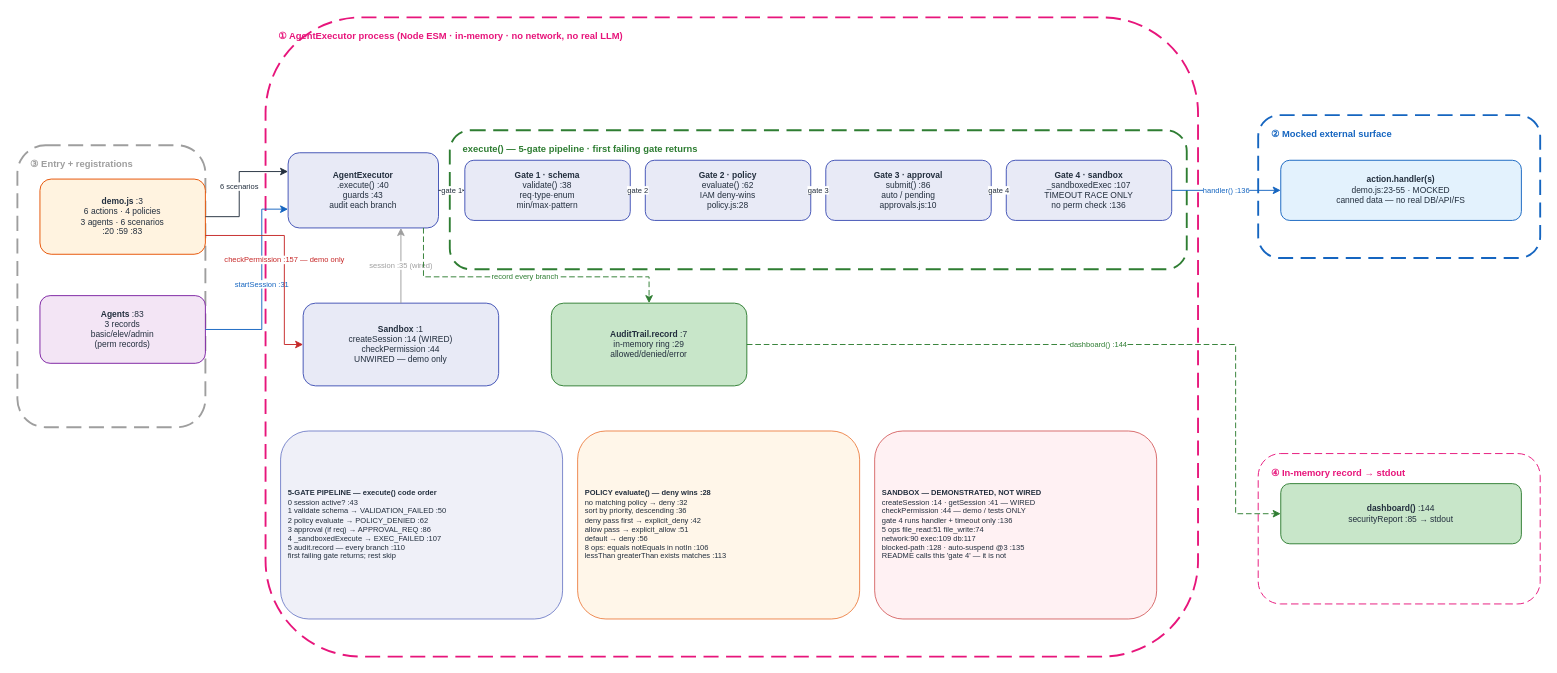
Earlier version of the draw.io diagram docs/diagrams/agent_executor_v1/HOA_AgentExecutor_v1.drawio (gmaheshraju/Hands-on-AgenticAI). Source tidied: cells renumbered, new cells numbered last; positions are measured from the earlier drawing's top-left corner, leaving out a move shared by most shapes. Both pictures are drawn from the tidied source at 94%, with x=0, y=0 at pixel (17, 17).
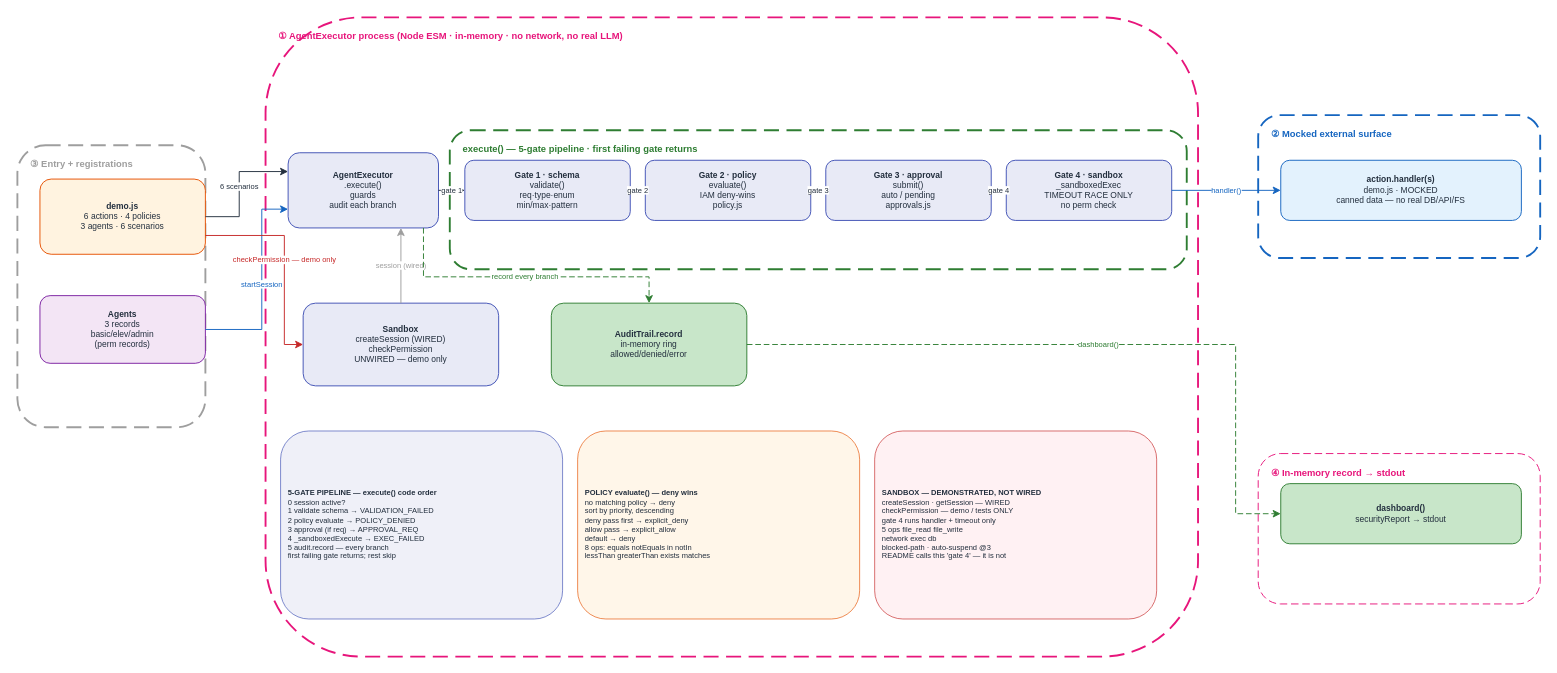
The same page after the edit.

Change to the diagram source:
```diff
@@
-    <mxCell id="12" value="&lt;b&gt;demo.js&lt;/b&gt; :3&lt;br&gt;6 actions · 4 policies&lt;br&gt;3 agents · 6 scenarios&lt;br&gt;:20 :59 :83" style="rounded=1;fillColor=#FFF3E0;strokeColor=#E65100;fontSize=9;fontColor=#232F3E;html=1;whiteSpace=wrap;align=center;" parent="1" vertex="1">
+    <mxCell id="12" value="&lt;b&gt;demo.js&lt;/b&gt;&lt;br&gt;6 actions · 4 policies&lt;br&gt;3 agents · 6 scenarios&lt;br&gt;" style="rounded=1;fillColor=#FFF3E0;strokeColor=#E65100;fontSize=9;fontColor=#232F3E;html=1;whiteSpace=wrap;align=center;" parent="1" vertex="1">
       <mxGeometry x="24" y="172" width="176" height="80" as="geometry" />
     </mxCell>
-    <mxCell id="13" value="&lt;b&gt;Agents&lt;/b&gt; :83&lt;br&gt;3 records&lt;br&gt;basic/elev/admin&lt;br&gt;(perm records)" style="rounded=1;fillColor=#F3E5F5;strokeColor=#7B1FA2;fontSize=9;fontColor=#232F3E;html=1;whiteSpace=wrap;align=center;" parent="1" vertex="1">
+    <mxCell id="13" value="&lt;b&gt;Agents&lt;/b&gt;&lt;br&gt;3 records&lt;br&gt;basic/elev/admin&lt;br&gt;(perm records)" style="rounded=1;fillColor=#F3E5F5;strokeColor=#7B1FA2;fontSize=9;fontColor=#232F3E;html=1;whiteSpace=wrap;align=center;" parent="1" vertex="1">
       <mxGeometry x="24" y="296" width="176" height="72" as="geometry" />
     </mxCell>
-    <mxCell id="14" value="&lt;b&gt;AgentExecutor&lt;/b&gt;&lt;br&gt;.execute() :40&lt;br&gt;guards :43&lt;br&gt;audit each branch" style="rounded=1;fillColor=#E8EAF6;strokeColor=#3F51B5;fontSize=9;fontColor=#232F3E;html=1;whiteSpace=wrap;align=center;" parent="1" vertex="1">
+    <mxCell id="14" value="&lt;b&gt;AgentExecutor&lt;/b&gt;&lt;br&gt;.execute()&lt;br&gt;guards&lt;br&gt;audit each branch" style="rounded=1;fillColor=#E8EAF6;strokeColor=#3F51B5;fontSize=9;fontColor=#232F3E;html=1;whiteSpace=wrap;align=center;" parent="1" vertex="1">
       <mxGeometry x="288" y="144" width="160" height="80" as="geometry" />
     </mxCell>
-    <mxCell id="15" value="&lt;b&gt;Gate 1 · schema&lt;/b&gt;&lt;br&gt;validate() :38&lt;br&gt;req·type·enum&lt;br&gt;min/max·pattern" style="rounded=1;fillColor=#E8EAF6;strokeColor=#3F51B5;fontSize=9;fontColor=#232F3E;html=1;whiteSpace=wrap;align=center;" parent="1" vertex="1">
+    <mxCell id="15" value="&lt;b&gt;Gate 1 · schema&lt;/b&gt;&lt;br&gt;validate()&lt;br&gt;req·type·enum&lt;br&gt;min/max·pattern" style="rounded=1;fillColor=#E8EAF6;strokeColor=#3F51B5;fontSize=9;fontColor=#232F3E;html=1;whiteSpace=wrap;align=center;" parent="1" vertex="1">
       <mxGeometry x="476" y="152" width="176" height="64" as="geometry" />
     </mxCell>
-    <mxCell id="16" value="&lt;b&gt;Gate 2 · policy&lt;/b&gt;&lt;br&gt;evaluate() :62&lt;br&gt;IAM deny-wins&lt;br&gt;policy.js:28" style="rounded=1;fillColor=#E8EAF6;strokeColor=#3F51B5;fontSize=9;fontColor=#232F3E;html=1;whiteSpace=wrap;align=center;" parent="1" vertex="1">
+    <mxCell id="16" value="&lt;b&gt;Gate 2 · policy&lt;/b&gt;&lt;br&gt;evaluate()&lt;br&gt;IAM deny-wins&lt;br&gt;policy.js" style="rounded=1;fillColor=#E8EAF6;strokeColor=#3F51B5;fontSize=9;fontColor=#232F3E;html=1;whiteSpace=wrap;align=center;" parent="1" vertex="1">
       <mxGeometry x="668" y="152" width="176" height="64" as="geometry" />
     </mxCell>
-    <mxCell id="17" value="&lt;b&gt;Gate 3 · approval&lt;/b&gt;&lt;br&gt;submit() :86&lt;br&gt;auto / pending&lt;br&gt;approvals.js:10" style="rounded=1;fillColor=#E8EAF6;strokeColor=#3F51B5;fontSize=9;fontColor=#232F3E;html=1;whiteSpace=wrap;align=center;" parent="1" vertex="1">
+    <mxCell id="17" value="&lt;b&gt;Gate 3 · approval&lt;/b&gt;&lt;br&gt;submit()&lt;br&gt;auto / pending&lt;br&gt;approvals.js" style="rounded=1;fillColor=#E8EAF6;strokeColor=#3F51B5;fontSize=9;fontColor=#232F3E;html=1;whiteSpace=wrap;align=center;" parent="1" vertex="1">
       <mxGeometry x="860" y="152" width="176" height="64" as="geometry" />
     </mxCell>
-    <mxCell id="18" value="&lt;b&gt;Gate 4 · sandbox&lt;/b&gt;&lt;br&gt;_sandboxedExec :107&lt;br&gt;TIMEOUT RACE ONLY&lt;br&gt;no perm check :136" style="rounded=1;fillColor=#E8EAF6;strokeColor=#3F51B5;fontSize=9;fontColor=#232F3E;html=1;whiteSpace=wrap;align=center;" parent="1" vertex="1">
+    <mxCell id="18" value="&lt;b&gt;Gate 4 · sandbox&lt;/b&gt;&lt;br&gt;_sandboxedExec&lt;br&gt;TIMEOUT RACE ONLY&lt;br&gt;no perm check" style="rounded=1;fillColor=#E8EAF6;strokeColor=#3F51B5;fontSize=9;fontColor=#232F3E;html=1;whiteSpace=wrap;align=center;" parent="1" vertex="1">
       <mxGeometry x="1052" y="152" width="176" height="64" as="geometry" />
     </mxCell>
-    <mxCell id="19" value="&lt;b&gt;action.handler(s)&lt;/b&gt;&lt;br&gt;demo.js:23-55 · MOCKED&lt;br&gt;canned data — no real DB/API/FS" style="rounded=1;fillColor=#E3F2FD;strokeColor=#1565C0;fontSize=9;fontColor=#232F3E;html=1;whiteSpace=wrap;align=center;" parent="1" vertex="1">
+    <mxCell id="19" value="&lt;b&gt;action.handler(s)&lt;/b&gt;&lt;br&gt;demo.js · MOCKED&lt;br&gt;canned data — no real DB/API/FS" style="rounded=1;fillColor=#E3F2FD;strokeColor=#1565C0;fontSize=9;fontColor=#232F3E;html=1;whiteSpace=wrap;align=center;" parent="1" vertex="1">
       <mxGeometry x="1344" y="152" width="256" height="64" as="geometry" />
     </mxCell>
-    <mxCell id="20" value="&lt;b&gt;Sandbox&lt;/b&gt; :1&lt;br&gt;createSession :14 (WIRED)&lt;br&gt;checkPermission :44&lt;br&gt;UNWIRED — demo only" style="rounded=1;fillColor=#E8EAF6;strokeColor=#3F51B5;fontSize=9;fontColor=#232F3E;html=1;whiteSpace=wrap;align=center;" parent="1" vertex="1">
+    <mxCell id="20" value="&lt;b&gt;Sandbox&lt;/b&gt;&lt;br&gt;createSession (WIRED)&lt;br&gt;checkPermission&lt;br&gt;UNWIRED — demo only" style="rounded=1;fillColor=#E8EAF6;strokeColor=#3F51B5;fontSize=9;fontColor=#232F3E;html=1;whiteSpace=wrap;align=center;" parent="1" vertex="1">
       <mxGeometry x="304" y="304" width="208" height="88" as="geometry" />
     </mxCell>
-    <mxCell id="21" value="&lt;b&gt;AuditTrail.record&lt;/b&gt; :7&lt;br&gt;in-memory ring :29&lt;br&gt;allowed/denied/error" style="rounded=1;fillColor=#C8E6C9;strokeColor=#2E7D32;fontSize=9;fontColor=#232F3E;html=1;whiteSpace=wrap;align=center;" parent="1" vertex="1">
+    <mxCell id="21" value="&lt;b&gt;AuditTrail.record&lt;/b&gt;&lt;br&gt;in-memory ring&lt;br&gt;allowed/denied/error" style="rounded=1;fillColor=#C8E6C9;strokeColor=#2E7D32;fontSize=9;fontColor=#232F3E;html=1;whiteSpace=wrap;align=center;" parent="1" vertex="1">
       <mxGeometry x="568" y="304" width="208" height="88" as="geometry" />
     </mxCell>
-    <mxCell id="22" value="&lt;b&gt;dashboard()&lt;/b&gt; :144&lt;br&gt;securityReport :85 → stdout" style="rounded=1;fillColor=#C8E6C9;strokeColor=#2E7D32;fontSize=9;fontColor=#232F3E;html=1;whiteSpace=wrap;align=center;" parent="1" vertex="1">
+    <mxCell id="22" value="&lt;b&gt;dashboard()&lt;/b&gt;&lt;br&gt;securityReport → stdout" style="rounded=1;fillColor=#C8E6C9;strokeColor=#2E7D32;fontSize=9;fontColor=#232F3E;html=1;whiteSpace=wrap;align=center;" parent="1" vertex="1">
       <mxGeometry x="1344" y="496" width="256" height="64" as="geometry" />
     </mxCell>
-    <mxCell id="23" value="&lt;b&gt;5-GATE PIPELINE — execute() code order&lt;/b&gt;&lt;br&gt;0 session active? :43&lt;br&gt;1 validate schema → VALIDATION_FAILED :50&lt;br&gt;2 policy evaluate → POLICY_DENIED :62&lt;br&gt;3 approval (if req) → APPROVAL_REQ :86&lt;br&gt;4 _sandboxedExecute → EXEC_FAILED :107&lt;br&gt;5 audit.record — every branch :110&lt;br&gt;first failing gate returns; rest skip" style="rounded=1;fillColor=#E8EAF6;strokeColor=#3F51B5;fontSize=8;fontColor=#232F3E;html=1;whiteSpace=wrap;align=left;spacingLeft=6;opacity=70;" parent="1" vertex="1">
+    <mxCell id="23" value="&lt;b&gt;5-GATE PIPELINE — execute() code order&lt;/b&gt;&lt;br&gt;0 session active?&lt;br&gt;1 validate schema → VALIDATION_FAILED&lt;br&gt;2 policy evaluate → POLICY_DENIED&lt;br&gt;3 approval (if req) → APPROVAL_REQ&lt;br&gt;4 _sandboxedExecute → EXEC_FAILED&lt;br&gt;5 audit.record — every branch&lt;br&gt;first failing gate returns; rest skip" style="rounded=1;fillColor=#E8EAF6;strokeColor=#3F51B5;fontSize=8;fontColor=#232F3E;html=1;whiteSpace=wrap;align=left;spacingLeft=6;opacity=70;" parent="1" vertex="1">
       <mxGeometry x="280" y="440" width="300" height="200" as="geometry" />
     </mxCell>
-    <mxCell id="24" value="&lt;b&gt;POLICY evaluate() — deny wins :28&lt;/b&gt;&lt;br&gt;no matching policy → deny :32&lt;br&gt;sort by priority, descending :36&lt;br&gt;deny pass first → explicit_deny :42&lt;br&gt;allow pass → explicit_allow :51&lt;br&gt;default → deny :56&lt;br&gt;8 ops: equals notEquals in notIn :106&lt;br&gt;  lessThan greaterThan exists matches :113" style="rounded=1;fillColor=#FFF3E0;strokeColor=#E65100;fontSize=8;fontColor=#232F3E;html=1;whiteSpace=wrap;align=left;spacingLeft=6;opacity=70;" parent="1" vertex="1">
+    <mxCell id="24" value="&lt;b&gt;POLICY evaluate() — deny wins&lt;/b&gt;&lt;br&gt;no matching policy → deny&lt;br&gt;sort by priority, descending&lt;br&gt;deny pass first → explicit_deny&lt;br&gt;allow pass → explicit_allow&lt;br&gt;default → deny&lt;br&gt;8 ops: equals notEquals in notIn&lt;br&gt; lessThan greaterThan exists matches" style="rounded=1;fillColor=#FFF3E0;strokeColor=#E65100;fontSize=8;fontColor=#232F3E;html=1;whiteSpace=wrap;align=left;spacingLeft=6;opacity=70;" parent="1" vertex="1">
       <mxGeometry x="596" y="440" width="300" height="200" as="geometry" />
     </mxCell>
-    <mxCell id="25" value="&lt;b&gt;SANDBOX — DEMONSTRATED, NOT WIRED&lt;/b&gt;&lt;br&gt;createSession :14 · getSession :41 — WIRED&lt;br&gt;checkPermission :44 — demo / tests ONLY&lt;br&gt;gate 4 runs handler + timeout only :136&lt;br&gt;5 ops file_read:51 file_write:74&lt;br&gt;  network:90 exec:109 db:117&lt;br&gt;blocked-path :128 · auto-suspend @3 :135&lt;br&gt;README calls this 'gate 4' — it is not" style="rounded=1;fillColor=#FFEBEE;strokeColor=#C62828;fontSize=8;fontColor=#232F3E;html=1;whiteSpace=wrap;align=left;spacingLeft=6;opacity=70;" parent="1" vertex="1">
+    <mxCell id="25" value="&lt;b&gt;SANDBOX — DEMONSTRATED, NOT WIRED&lt;/b&gt;&lt;br&gt;createSession · getSession — WIRED&lt;br&gt;checkPermission — demo / tests ONLY&lt;br&gt;gate 4 runs handler + timeout only&lt;br&gt;5 ops file_read file_write&lt;br&gt; network exec db&lt;br&gt;blocked-path · auto-suspend @3&lt;br&gt;README calls this 'gate 4' — it is not" style="rounded=1;fillColor=#FFEBEE;strokeColor=#C62828;fontSize=8;fontColor=#232F3E;html=1;whiteSpace=wrap;align=left;spacingLeft=6;opacity=70;" parent="1" vertex="1">
       <mxGeometry x="912" y="440" width="300" height="200" as="geometry" />
     </mxCell>
@@
-    <mxCell id="27" value="startSession :31" style="edgeStyle=orthogonalEdgeStyle;rounded=0;html=1;strokeColor=#1565C0;fontColor=#1565C0;fontSize=8;exitX=1;exitY=0.5;exitDx=0;exitDy=0;entryX=0;entryY=0.75;entryDx=0;entryDy=0;" parent="1" edge="1" source="13" target="14">
+    <mxCell id="27" value="startSession" style="edgeStyle=orthogonalEdgeStyle;rounded=0;html=1;strokeColor=#1565C0;fontColor=#1565C0;fontSize=8;exitX=1;exitY=0.5;exitDx=0;exitDy=0;entryX=0;entryY=0.75;entryDx=0;entryDy=0;" parent="1" edge="1" source="13" target="14">
       <mxGeometry relative="1" as="geometry">
         <Array as="points">
           <mxPoint x="260" y="332" />
           <mxPoint x="260" y="204" />
         </Array>
       </mxGeometry>
     </mxCell>
@@
-    <mxCell id="32" value="handler() :136" style="edgeStyle=orthogonalEdgeStyle;rounded=0;html=1;strokeColor=#1565C0;fontColor=#1565C0;fontSize=8;exitX=1;exitY=0.5;exitDx=0;exitDy=0;entryX=0;entryY=0.5;entryDx=0;entryDy=0;" parent="1" edge="1" source="18" target="19">
+    <mxCell id="32" value="handler()" style="edgeStyle=orthogonalEdgeStyle;rounded=0;html=1;strokeColor=#1565C0;fontColor=#1565C0;fontSize=8;exitX=1;exitY=0.5;exitDx=0;exitDy=0;entryX=0;entryY=0.5;entryDx=0;entryDy=0;" parent="1" edge="1" source="18" target="19">
       <mxGeometry relative="1" as="geometry" />
     </mxCell>
-    <mxCell id="33" value="session :35 (wired)" style="edgeStyle=orthogonalEdgeStyle;rounded=0;html=1;strokeColor=#9E9E9E;fontColor=#9E9E9E;fontSize=8;exitX=0.5;exitY=0;exitDx=0;exitDy=0;entryX=0.75;entryY=1;entryDx=0;entryDy=0;" parent="1" edge="1" source="20" target="14">
+    <mxCell id="33" value="session (wired)" style="edgeStyle=orthogonalEdgeStyle;rounded=0;html=1;strokeColor=#9E9E9E;fontColor=#9E9E9E;fontSize=8;exitX=0.5;exitY=0;exitDx=0;exitDy=0;entryX=0.75;entryY=1;entryDx=0;entryDy=0;" parent="1" edge="1" source="20" target="14">
       <mxGeometry relative="1" as="geometry" />
     </mxCell>
-    <mxCell id="34" value="checkPermission :157 — demo only" style="edgeStyle=orthogonalEdgeStyle;rounded=0;html=1;strokeColor=#C62828;fontColor=#C62828;fontSize=8;exitX=1;exitY=0.75;exitDx=0;exitDy=0;entryX=0;entryY=0.5;entryDx=0;entryDy=0;" parent="1" edge="1" source="12" target="20">
+    <mxCell id="34" value="checkPermission — demo only" style="edgeStyle=orthogonalEdgeStyle;rounded=0;html=1;strokeColor=#C62828;fontColor=#C62828;fontSize=8;exitX=1;exitY=0.75;exitDx=0;exitDy=0;entryX=0;entryY=0.5;entryDx=0;entryDy=0;" parent="1" edge="1" source="12" target="20">
       <mxGeometry relative="1" as="geometry">
         <Array as="points">
           <mxPoint x="284" y="232" />
           <mxPoint x="284" y="348" />
         </Array>
       </mxGeometry>
     </mxCell>
@@
-    <mxCell id="36" value="dashboard() :144" style="edgeStyle=orthogonalEdgeStyle;rounded=0;html=1;strokeColor=#2E7D32;fontColor=#2E7D32;fontSize=8;exitX=1;exitY=0.5;exitDx=0;exitDy=0;entryX=0;entryY=0.5;entryDx=0;entryDy=0;dashed=1;dashPattern=6 3;" parent="1" edge="1" source="21" target="22">
+    <mxCell id="36" value="dashboard()" style="edgeStyle=orthogonalEdgeStyle;rounded=0;html=1;strokeColor=#2E7D32;fontColor=#2E7D32;fontSize=8;exitX=1;exitY=0.5;exitDx=0;exitDy=0;entryX=0;entryY=0.5;entryDx=0;entryDy=0;dashed=1;dashPattern=6 3;" parent="1" edge="1" source="21" target="22">
       <mxGeometry relative="1" as="geometry">
         <Array as="points">
           <mxPoint x="1296" y="348" />
           <mxPoint x="1296" y="528" />
         </Array>
       </mxGeometry>
     </mxCell>
```
